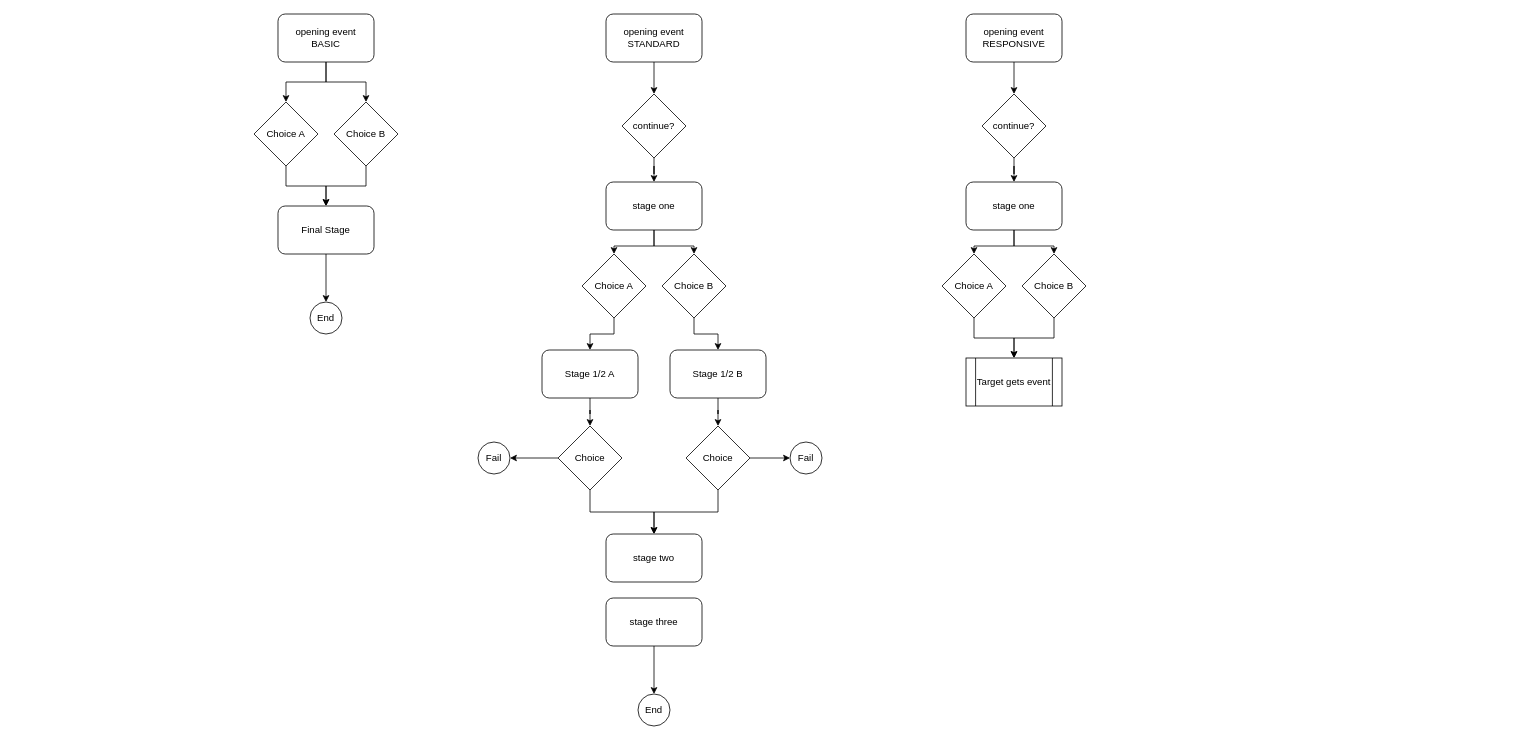
The draw.io diagram eventTemplate.drawio in OwenM-Edwards/Propaganda---Espionage---dev, before the edit. Source tidied: cells renumbered, new cells numbered last; positions are measured from the earlier drawing's top-left corner, leaving out a move shared by most shapes. Both pictures are drawn from the tidied source at 80%, with x=0, y=0 at pixel (254, 14).
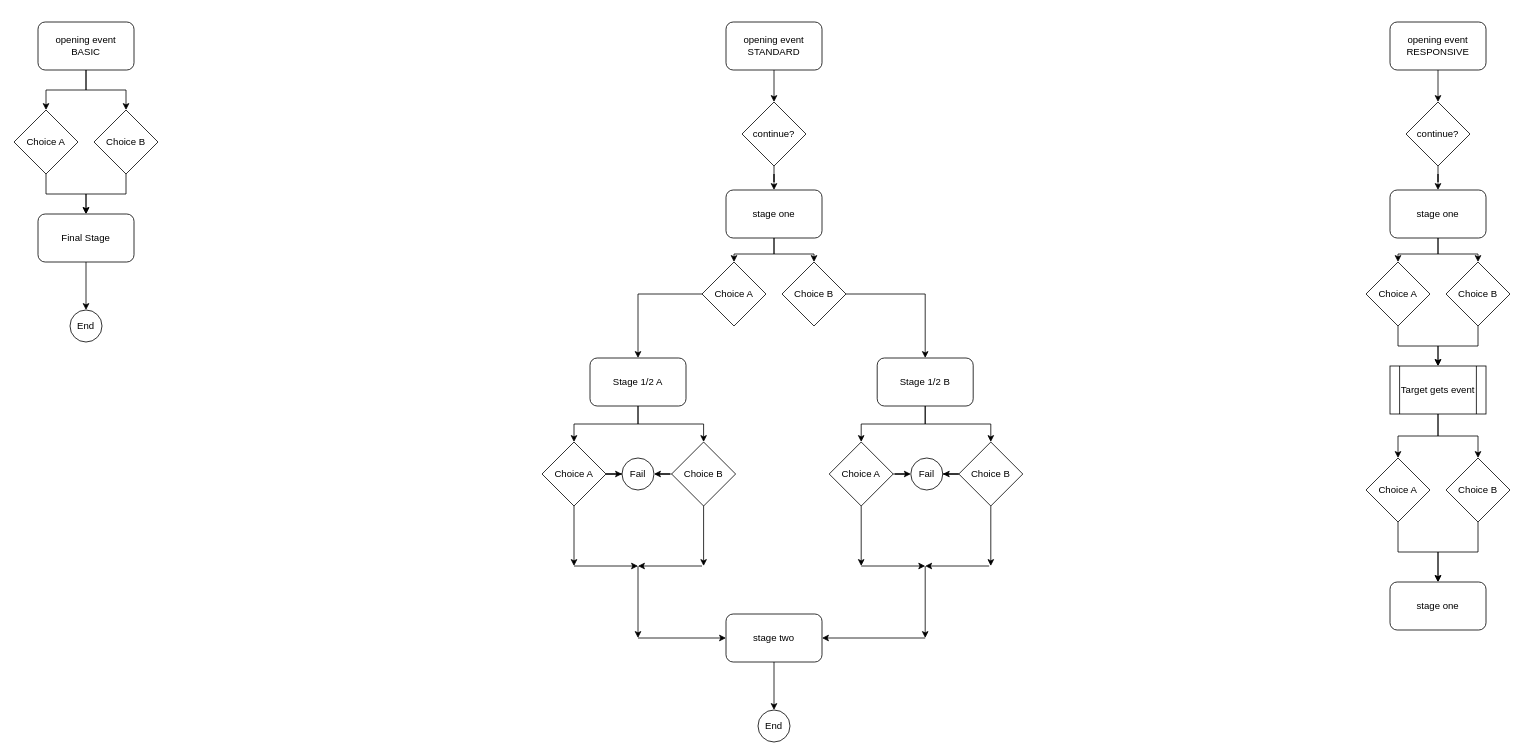
The same diagram, later.

Commit message (it also covers changes not shown here):
Init Commit of new Event Templates

What changed in the source:
```diff
@@
     <mxCell id="3" value="opening event&lt;br&gt;STANDARD" style="rounded=1;whiteSpace=wrap;html=1;" parent="1" vertex="1">
-      <mxGeometry x="440" width="120" height="60" as="geometry" />
+      <mxGeometry x="590" y="10" width="120" height="60" as="geometry" />
     </mxCell>
@@
     <mxCell id="6" value="stage one" style="rounded=1;whiteSpace=wrap;html=1;" parent="1" vertex="1">
-      <mxGeometry x="440" y="210" width="120" height="60" as="geometry" />
+      <mxGeometry x="590" y="220" width="120" height="60" as="geometry" />
     </mxCell>
     <mxCell id="7" value="stage two" style="rounded=1;whiteSpace=wrap;html=1;" parent="1" vertex="1">
-      <mxGeometry x="440" y="650" width="120" height="60" as="geometry" />
+      <mxGeometry x="590" y="750" width="120" height="60" as="geometry" />
     </mxCell>
-    <mxCell id="8" style="edgeStyle=orthogonalEdgeStyle;rounded=0;jettySize=auto;html=1;entryX=0.5;entryY=0;entryDx=0;entryDy=0;" parent="1" edge="1" source="9" target="49">
+    <mxCell id="8" style="edgeStyle=orthogonalEdgeStyle;rounded=0;jettySize=auto;html=1;entryX=0.5;entryY=0;entryDx=0;entryDy=0;exitX=0.5;exitY=1;exitDx=0;exitDy=0;" parent="1" edge="1" source="7" target="49">
       <mxGeometry relative="1" as="geometry" />
     </mxCell>
-    <mxCell id="9" value="stage three" style="rounded=1;whiteSpace=wrap;html=1;" parent="1" vertex="1">
-      <mxGeometry x="440" y="730" width="120" height="60" as="geometry" />
-    </mxCell>
@@
     <mxCell id="11" value="continue?" style="rhombus;whiteSpace=wrap;html=1;" parent="1" vertex="1">
-      <mxGeometry x="460" y="100" width="80" height="80" as="geometry" />
+      <mxGeometry x="610" y="110" width="80" height="80" as="geometry" />
     </mxCell>
@@
     <mxCell id="13" value="Choice A" style="rhombus;whiteSpace=wrap;html=1;" parent="1" vertex="1">
-      <mxGeometry x="410" y="300" width="80" height="80" as="geometry" />
+      <mxGeometry x="560" y="310" width="80" height="80" as="geometry" />
     </mxCell>
@@
     <mxCell id="15" value="Choice B" style="rhombus;whiteSpace=wrap;html=1;" parent="1" vertex="1">
-      <mxGeometry x="510" y="300" width="80" height="80" as="geometry" />
+      <mxGeometry x="660" y="310" width="80" height="80" as="geometry" />
     </mxCell>
-    <mxCell id="16" style="edgeStyle=orthogonalEdgeStyle;rounded=0;jettySize=auto;html=1;entryX=0.5;entryY=0;entryDx=0;entryDy=0;" parent="1" edge="1" source="17" target="25">
-      <mxGeometry relative="1" as="geometry" />
-    </mxCell>
-    <mxCell id="17" value="Stage 1/2 B" style="rounded=1;whiteSpace=wrap;html=1;" parent="1" vertex="1">
-      <mxGeometry x="520" y="420" width="120" height="60" as="geometry" />
-    </mxCell>
@@
+    <mxCell id="51" style="edgeStyle=orthogonalEdgeStyle;rounded=0;jettySize=auto;html=1;entryX=0.5;entryY=0;entryDx=0;entryDy=0;" parent="1" edge="1" source="19" target="62">
+      <mxGeometry relative="1" as="geometry" />
+    </mxCell>
     <mxCell id="19" value="Stage 1/2 A" style="rounded=1;whiteSpace=wrap;html=1;" parent="1" vertex="1">
-      <mxGeometry x="360" y="420" width="120" height="60" as="geometry" />
+      <mxGeometry x="420" y="430" width="120" height="60" as="geometry" />
     </mxCell>
-    <mxCell id="20" style="edgeStyle=orthogonalEdgeStyle;rounded=0;jettySize=auto;html=1;entryX=0.5;entryY=0;entryDx=0;entryDy=0;" parent="1" edge="1" source="22" target="7">
-      <mxGeometry relative="1" as="geometry" />
-    </mxCell>
-    <mxCell id="21" style="edgeStyle=orthogonalEdgeStyle;rounded=0;jettySize=auto;html=1;entryX=1;entryY=0.5;entryDx=0;entryDy=0;" parent="1" edge="1" source="22" target="27">
+    <mxCell id="21" style="edgeStyle=orthogonalEdgeStyle;rounded=0;jettySize=auto;html=1;" parent="1" edge="1" source="22" target="27">
       <mxGeometry relative="1" as="geometry" />
     </mxCell>
+    <mxCell id="52" style="edgeStyle=orthogonalEdgeStyle;rounded=0;jettySize=auto;html=1;" parent="1" edge="1" source="22">
+      <mxGeometry relative="1" as="geometry">
+        <mxPoint x="400" y="690" as="targetPoint" />
+      </mxGeometry>
+    </mxCell>
-    <mxCell id="22" value="Choice" style="rhombus;whiteSpace=wrap;html=1;" parent="1" vertex="1">
-      <mxGeometry x="380" y="515" width="80" height="80" as="geometry" />
+    <mxCell id="22" value="Choice A" style="rhombus;whiteSpace=wrap;html=1;" parent="1" vertex="1">
+      <mxGeometry x="360" y="535" width="80" height="80" as="geometry" />
     </mxCell>
-    <mxCell id="23" style="edgeStyle=orthogonalEdgeStyle;rounded=0;jettySize=auto;html=1;" parent="1" edge="1" source="25" target="7">
-      <mxGeometry relative="1" as="geometry" />
-    </mxCell>
-    <mxCell id="24" style="edgeStyle=orthogonalEdgeStyle;rounded=0;jettySize=auto;html=1;entryX=0;entryY=0.5;entryDx=0;entryDy=0;" parent="1" edge="1" source="25" target="26">
-      <mxGeometry relative="1" as="geometry" />
-    </mxCell>
-    <mxCell id="25" value="Choice" style="rhombus;whiteSpace=wrap;html=1;" parent="1" vertex="1">
-      <mxGeometry x="540" y="515" width="80" height="80" as="geometry" />
-    </mxCell>
-    <mxCell id="26" value="Fail" style="ellipse;whiteSpace=wrap;html=1;" parent="1" vertex="1">
-      <mxGeometry x="670" y="535" width="40" height="40" as="geometry" />
-    </mxCell>
     <mxCell id="27" value="Fail" style="ellipse;whiteSpace=wrap;html=1;" parent="1" vertex="1">
-      <mxGeometry x="280" y="535" width="40" height="40" as="geometry" />
+      <mxGeometry x="460" y="555" width="40" height="40" as="geometry" />
     </mxCell>
@@
     <mxCell id="29" value="opening event&lt;br&gt;RESPONSIVE" style="rounded=1;whiteSpace=wrap;html=1;" parent="1" vertex="1">
-      <mxGeometry x="890" width="120" height="60" as="geometry" />
+      <mxGeometry x="1420" y="10" width="120" height="60" as="geometry" />
     </mxCell>
@@
     <mxCell id="32" value="stage one" style="rounded=1;whiteSpace=wrap;html=1;" parent="1" vertex="1">
-      <mxGeometry x="890" y="210" width="120" height="60" as="geometry" />
+      <mxGeometry x="1420" y="220" width="120" height="60" as="geometry" />
     </mxCell>
@@
     <mxCell id="34" value="continue?" style="rhombus;whiteSpace=wrap;html=1;" parent="1" vertex="1">
-      <mxGeometry x="910" y="100" width="80" height="80" as="geometry" />
+      <mxGeometry x="1440" y="110" width="80" height="80" as="geometry" />
     </mxCell>
@@
     <mxCell id="36" value="Choice A" style="rhombus;whiteSpace=wrap;html=1;" parent="1" vertex="1">
-      <mxGeometry x="860" y="300" width="80" height="80" as="geometry" />
+      <mxGeometry x="1390" y="310" width="80" height="80" as="geometry" />
     </mxCell>
@@
     <mxCell id="38" value="Choice B" style="rhombus;whiteSpace=wrap;html=1;" parent="1" vertex="1">
-      <mxGeometry x="960" y="300" width="80" height="80" as="geometry" />
+      <mxGeometry x="1490" y="310" width="80" height="80" as="geometry" />
     </mxCell>
+    <mxCell id="53" style="edgeStyle=orthogonalEdgeStyle;rounded=0;jettySize=auto;html=1;entryX=0.5;entryY=0;entryDx=0;entryDy=0;" parent="1" edge="1" source="39" target="56">
+      <mxGeometry relative="1" as="geometry" />
+    </mxCell>
+    <mxCell id="54" style="edgeStyle=orthogonalEdgeStyle;rounded=0;jettySize=auto;html=1;entryX=0.5;entryY=0;entryDx=0;entryDy=0;" parent="1" edge="1" source="39" target="58">
+      <mxGeometry relative="1" as="geometry" />
+    </mxCell>
     <mxCell id="39" value="Target gets event" style="shape=process;whiteSpace=wrap;html=1;backgroundOutline=1;" parent="1" vertex="1">
-      <mxGeometry x="890" y="430" width="120" height="60" as="geometry" />
+      <mxGeometry x="1420" y="440" width="120" height="60" as="geometry" />
     </mxCell>
@@
     <mxCell id="42" value="opening event&lt;br&gt;BASIC" style="rounded=1;whiteSpace=wrap;html=1;" parent="1" vertex="1">
-      <mxGeometry x="30" width="120" height="60" as="geometry" />
+      <mxGeometry x="-270" y="10" width="120" height="60" as="geometry" />
     </mxCell>
@@
     <mxCell id="44" value="Choice A" style="rhombus;whiteSpace=wrap;html=1;" parent="1" vertex="1">
-      <mxGeometry y="110" width="80" height="80" as="geometry" />
+      <mxGeometry x="-300" y="120" width="80" height="80" as="geometry" />
     </mxCell>
@@
     <mxCell id="46" value="Choice B" style="rhombus;whiteSpace=wrap;html=1;" parent="1" vertex="1">
-      <mxGeometry x="100" y="110" width="80" height="80" as="geometry" />
+      <mxGeometry x="-200" y="120" width="80" height="80" as="geometry" />
     </mxCell>
@@
     <mxCell id="48" value="Final Stage" style="rounded=1;whiteSpace=wrap;html=1;" parent="1" vertex="1">
-      <mxGeometry x="30" y="240" width="120" height="60" as="geometry" />
+      <mxGeometry x="-270" y="250" width="120" height="60" as="geometry" />
     </mxCell>
     <mxCell id="49" value="End" style="ellipse;whiteSpace=wrap;html=1;" parent="1" vertex="1">
-      <mxGeometry x="480" y="850" width="40" height="40" as="geometry" />
+      <mxGeometry x="630" y="870" width="40" height="40" as="geometry" />
     </mxCell>
     <mxCell id="50" value="End" style="ellipse;whiteSpace=wrap;html=1;" parent="1" vertex="1">
-      <mxGeometry x="70" y="360" width="40" height="40" as="geometry" />
+      <mxGeometry x="-230" y="370" width="40" height="40" as="geometry" />
     </mxCell>
+    <mxCell id="55" style="edgeStyle=orthogonalEdgeStyle;rounded=0;jettySize=auto;html=1;entryX=0.5;entryY=0;entryDx=0;entryDy=0;" parent="1" edge="1" source="56" target="59">
+      <mxGeometry relative="1" as="geometry" />
+    </mxCell>
+    <mxCell id="56" value="Choice A" style="rhombus;whiteSpace=wrap;html=1;" parent="1" vertex="1">
+      <mxGeometry x="1390" y="555" width="80" height="80" as="geometry" />
+    </mxCell>
+    <mxCell id="57" style="edgeStyle=orthogonalEdgeStyle;rounded=0;jettySize=auto;html=1;entryX=0.5;entryY=0;entryDx=0;entryDy=0;" parent="1" edge="1" source="58" target="59">
+      <mxGeometry relative="1" as="geometry" />
+    </mxCell>
+    <mxCell id="58" value="Choice B" style="rhombus;whiteSpace=wrap;html=1;" parent="1" vertex="1">
+      <mxGeometry x="1490" y="555" width="80" height="80" as="geometry" />
+    </mxCell>
+    <mxCell id="59" value="stage one" style="rounded=1;whiteSpace=wrap;html=1;" parent="1" vertex="1">
+      <mxGeometry x="1420" y="710" width="120" height="60" as="geometry" />
+    </mxCell>
+    <mxCell id="60" style="edgeStyle=orthogonalEdgeStyle;rounded=0;jettySize=auto;html=1;entryX=1;entryY=0.5;entryDx=0;entryDy=0;" parent="1" edge="1" source="62" target="27">
+      <mxGeometry relative="1" as="geometry" />
+    </mxCell>
+    <mxCell id="61" style="edgeStyle=orthogonalEdgeStyle;rounded=0;jettySize=auto;html=1;" parent="1" edge="1" source="62">
+      <mxGeometry relative="1" as="geometry">
+        <mxPoint x="562" y="690" as="targetPoint" />
+      </mxGeometry>
+    </mxCell>
+    <mxCell id="62" value="Choice B" style="rhombus;whiteSpace=wrap;html=1;" parent="1" vertex="1">
+      <mxGeometry x="522" y="535" width="80" height="80" as="geometry" />
+    </mxCell>
+    <mxCell id="63" style="endArrow=classic;html=1;" parent="1" edge="1">
+      <mxGeometry relative="1" as="geometry">
+        <mxPoint x="400" y="690" as="sourcePoint" />
+        <mxPoint x="480" y="690" as="targetPoint" />
+      </mxGeometry>
+    </mxCell>
+    <mxCell id="64" style="endArrow=classic;html=1;" parent="1" edge="1">
+      <mxGeometry relative="1" as="geometry">
+        <mxPoint x="560" y="690" as="sourcePoint" />
+        <mxPoint x="480" y="690" as="targetPoint" />
+      </mxGeometry>
+    </mxCell>
+    <mxCell id="65" style="endArrow=classic;html=1;" parent="1" edge="1">
+      <mxGeometry relative="1" as="geometry">
+        <mxPoint x="480" y="690" as="sourcePoint" />
+        <mxPoint x="480" y="780" as="targetPoint" />
+      </mxGeometry>
+    </mxCell>
+    <mxCell id="66" style="endArrow=classic;html=1;entryX=0;entryY=0.5;entryDx=0;entryDy=0;" parent="1" edge="1" target="7">
+      <mxGeometry relative="1" as="geometry">
+        <mxPoint x="480" y="780" as="sourcePoint" />
+      </mxGeometry>
+    </mxCell>
+    <mxCell id="67" style="edgeStyle=orthogonalEdgeStyle;rounded=0;jettySize=auto;html=1;entryX=0.5;entryY=0;entryDx=0;entryDy=0;" parent="1" edge="1" source="17" target="71">
+      <mxGeometry relative="1" as="geometry" />
+    </mxCell>
+    <mxCell id="68" style="edgeStyle=orthogonalEdgeStyle;rounded=0;jettySize=auto;html=1;entryX=0.5;entryY=0;entryDx=0;entryDy=0;" parent="1" edge="1" source="17" target="74">
+      <mxGeometry relative="1" as="geometry" />
+    </mxCell>
+    <mxCell id="17" value="Stage 1/2 B" style="rounded=1;whiteSpace=wrap;html=1;" parent="1" vertex="1">
+      <mxGeometry x="779" y="430" width="120" height="60" as="geometry" />
+    </mxCell>
+    <mxCell id="69" style="edgeStyle=orthogonalEdgeStyle;rounded=0;jettySize=auto;html=1;" parent="1" edge="1" source="71" target="26">
+      <mxGeometry relative="1" as="geometry" />
+    </mxCell>
+    <mxCell id="70" style="edgeStyle=orthogonalEdgeStyle;rounded=0;jettySize=auto;html=1;" parent="1" edge="1" source="71">
+      <mxGeometry relative="1" as="geometry">
+        <mxPoint x="759" y="690" as="targetPoint" />
+      </mxGeometry>
+    </mxCell>
+    <mxCell id="71" value="Choice A" style="rhombus;whiteSpace=wrap;html=1;" parent="1" vertex="1">
+      <mxGeometry x="719" y="535" width="80" height="80" as="geometry" />
+    </mxCell>
+    <mxCell id="26" value="Fail" style="ellipse;whiteSpace=wrap;html=1;" parent="1" vertex="1">
+      <mxGeometry x="821" y="555" width="40" height="40" as="geometry" />
+    </mxCell>
+    <mxCell id="72" style="edgeStyle=orthogonalEdgeStyle;rounded=0;jettySize=auto;html=1;entryX=1;entryY=0.5;entryDx=0;entryDy=0;" parent="1" edge="1" source="74" target="26">
+      <mxGeometry relative="1" as="geometry" />
+    </mxCell>
+    <mxCell id="73" style="edgeStyle=orthogonalEdgeStyle;rounded=0;jettySize=auto;html=1;" parent="1" edge="1" source="74">
+      <mxGeometry relative="1" as="geometry">
+        <mxPoint x="921" y="690" as="targetPoint" />
+      </mxGeometry>
+    </mxCell>
+    <mxCell id="74" value="Choice B" style="rhombus;whiteSpace=wrap;html=1;" parent="1" vertex="1">
+      <mxGeometry x="881" y="535" width="80" height="80" as="geometry" />
+    </mxCell>
+    <mxCell id="75" style="endArrow=classic;html=1;" parent="1" edge="1">
+      <mxGeometry relative="1" as="geometry">
+        <mxPoint x="759" y="690" as="sourcePoint" />
+        <mxPoint x="839" y="690" as="targetPoint" />
+      </mxGeometry>
+    </mxCell>
+    <mxCell id="76" style="endArrow=classic;html=1;" parent="1" edge="1">
+      <mxGeometry relative="1" as="geometry">
+        <mxPoint x="919" y="690" as="sourcePoint" />
+        <mxPoint x="839" y="690" as="targetPoint" />
+      </mxGeometry>
+    </mxCell>
+    <mxCell id="77" style="endArrow=classic;html=1;" parent="1" edge="1">
+      <mxGeometry relative="1" as="geometry">
+        <mxPoint x="839" y="690" as="sourcePoint" />
+        <mxPoint x="839" y="780" as="targetPoint" />
+      </mxGeometry>
+    </mxCell>
+    <mxCell id="78" style="endArrow=classic;html=1;entryX=1;entryY=0.5;entryDx=0;entryDy=0;" parent="1" edge="1" target="7">
+      <mxGeometry relative="1" as="geometry">
+        <mxPoint x="839" y="780" as="sourcePoint" />
+      </mxGeometry>
+    </mxCell>
```
